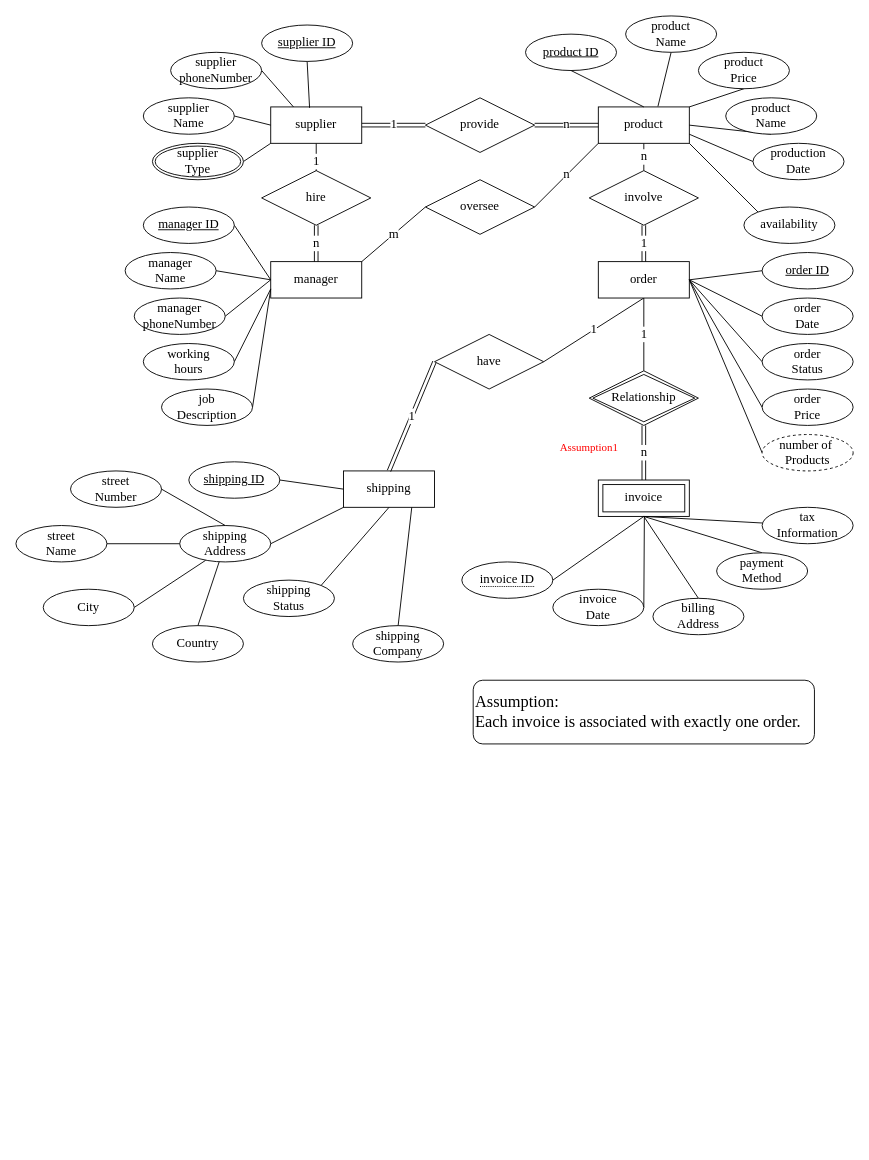
This is page "Page-1" (1 of 12) of comp9311/assignment1_ER.drawio from stellariumImpl/CDN, a draw.io file, before an edit. Source tidied: cells renumbered, new cells numbered last; positions are measured from the earlier drawing's top-left corner, leaving out a move shared by most shapes. Both pictures are drawn from the tidied source at 91%, with x=0, y=0 at pixel (15, 15).
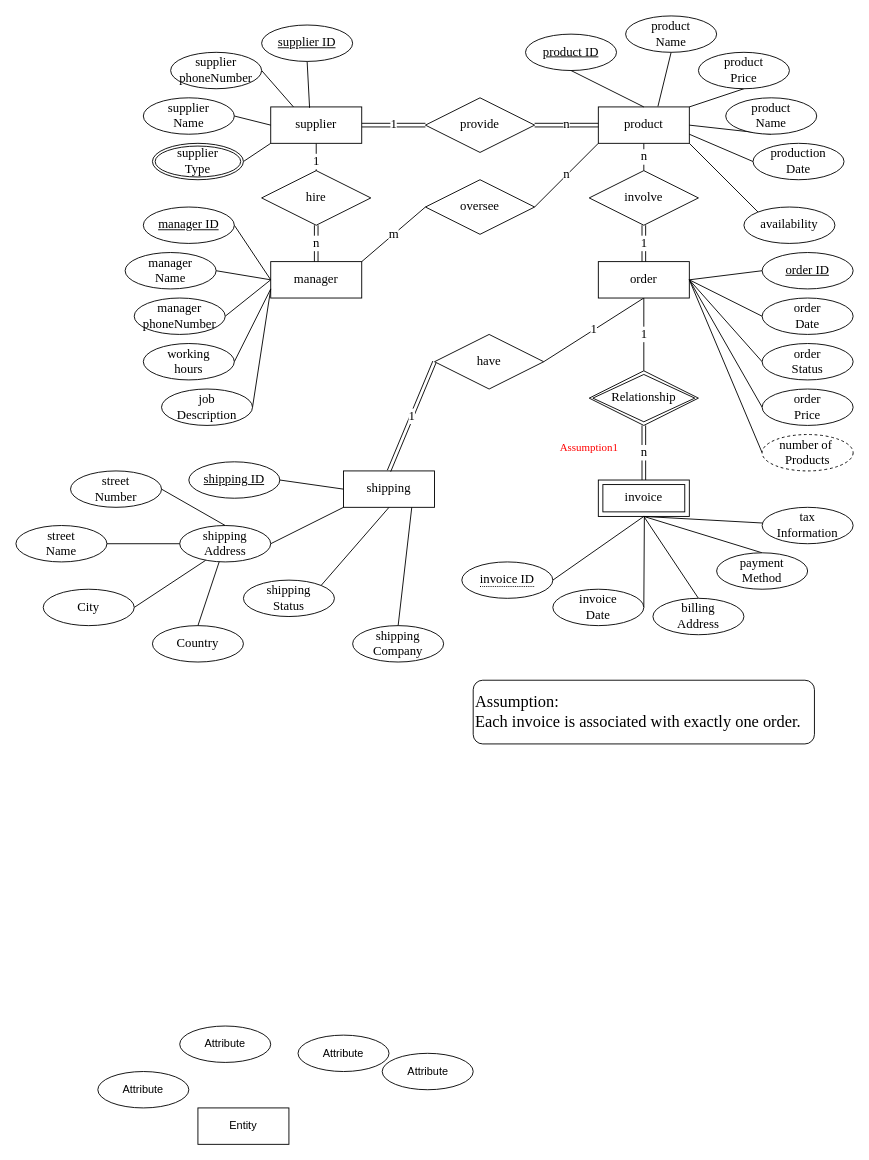
Above is the later version.

Change to the diagram source:
```diff
@@
+    <mxCell id="94" value="Entity" style="whiteSpace=wrap;html=1;align=center;" parent="1" vertex="1">
+      <mxGeometry x="200" y="1200" width="100" height="40" as="geometry" />
+    </mxCell>
+    <mxCell id="95" value="Attribute" style="ellipse;whiteSpace=wrap;html=1;align=center;" parent="1" vertex="1">
+      <mxGeometry x="90" y="1160" width="100" height="40" as="geometry" />
+    </mxCell>
+    <mxCell id="96" value="Attribute" style="ellipse;whiteSpace=wrap;html=1;align=center;" parent="1" vertex="1">
+      <mxGeometry x="180" y="1110" width="100" height="40" as="geometry" />
+    </mxCell>
+    <mxCell id="97" value="Attribute" style="ellipse;whiteSpace=wrap;html=1;align=center;" parent="1" vertex="1">
+      <mxGeometry x="310" y="1120" width="100" height="40" as="geometry" />
+    </mxCell>
+    <mxCell id="98" value="Attribute" style="ellipse;whiteSpace=wrap;html=1;align=center;" parent="1" vertex="1">
+      <mxGeometry x="402.5" y="1140" width="100" height="40" as="geometry" />
+    </mxCell>
```
